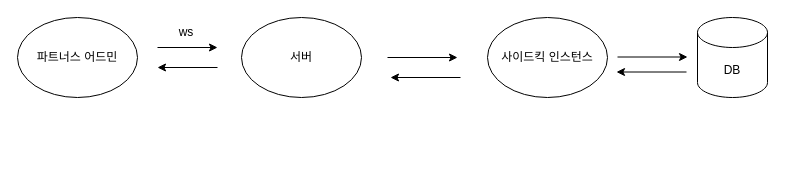
This is csv-download.drawio from kindtiger95/drawio, a draw.io file, before an edit. Source tidied: cells renumbered, new cells numbered last; positions are measured from the earlier drawing's top-left corner, leaving out a move shared by most shapes. Both pictures are drawn from the tidied source at 100%, with x=0, y=0 at pixel (17, 17).
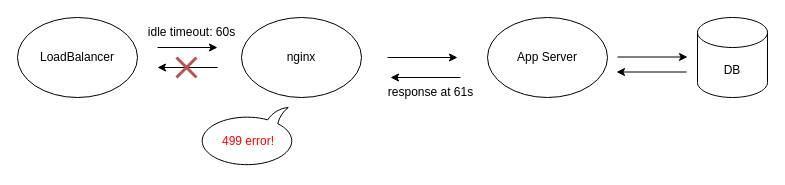
Above is the later version.

Change to the diagram source:
```diff
@@
+    <mxCell id="13" style="whiteSpace=wrap;html=1;shape=mxgraph.basic.oval_callout;flipH=1;flipV=1;" parent="1" vertex="1">
+      <mxGeometry x="179" y="90" width="100" height="60" as="geometry" />
+    </mxCell>
-    <mxCell id="2" value="파트너스 어드민" style="ellipse;whiteSpace=wrap;html=1;" parent="1" vertex="1">
+    <mxCell id="2" value="LoadBalancer" style="ellipse;whiteSpace=wrap;html=1;" parent="1" vertex="1">
       <mxGeometry width="120" height="80" as="geometry" />
     </mxCell>
@@
-    <mxCell id="4" value="서버" style="ellipse;whiteSpace=wrap;html=1;" parent="1" vertex="1">
+    <mxCell id="4" value="nginx" style="ellipse;whiteSpace=wrap;html=1;" parent="1" vertex="1">
       <mxGeometry x="224" width="120" height="80" as="geometry" />
     </mxCell>
@@
-    <mxCell id="7" value="사이드킥 인스턴스" style="ellipse;whiteSpace=wrap;html=1;" parent="1" vertex="1">
+    <mxCell id="7" value="App Server" style="ellipse;whiteSpace=wrap;html=1;" parent="1" vertex="1">
       <mxGeometry x="470" width="120" height="80" as="geometry" />
     </mxCell>
@@
-    <mxCell id="12" value="ws" style="text;html=1;align=center;verticalAlign=middle;whiteSpace=wrap;rounded=0;" parent="1" vertex="1">
-      <mxGeometry x="139" width="60" height="30" as="geometry" />
+    <mxCell id="12" value="idle timeout: 60s" style="text;html=1;align=center;verticalAlign=middle;whiteSpace=wrap;rounded=0;" parent="1" vertex="1">
+      <mxGeometry x="120" width="109" height="30" as="geometry" />
     </mxCell>
+    <mxCell id="14" style="endArrow=none;html=1;rounded=0;fillColor=#f8cecc;strokeColor=#b85450;strokeWidth=3;" parent="1" edge="1">
+      <mxGeometry relative="1" as="geometry">
+        <mxPoint x="159" y="60" as="sourcePoint" />
+        <mxPoint x="179" y="40" as="targetPoint" />
+      </mxGeometry>
+    </mxCell>
+    <mxCell id="15" style="endArrow=none;html=1;rounded=0;fillColor=#f8cecc;strokeColor=#b85450;strokeWidth=3;" parent="1" edge="1">
+      <mxGeometry relative="1" as="geometry">
+        <mxPoint x="179" y="60" as="sourcePoint" />
+        <mxPoint x="159" y="40" as="targetPoint" />
+      </mxGeometry>
+    </mxCell>
+    <mxCell id="16" value="response at 61s" style="text;html=1;align=center;verticalAlign=middle;whiteSpace=wrap;rounded=0;" parent="1" vertex="1">
+      <mxGeometry x="359" y="60" width="109" height="30" as="geometry" />
+    </mxCell>
+    <mxCell id="17" value="&lt;font color=&quot;#ff0000&quot;&gt;499 error!&lt;/font&gt;" style="text;html=1;align=center;verticalAlign=middle;whiteSpace=wrap;rounded=0;" parent="1" vertex="1">
+      <mxGeometry x="201" y="109" width="60" height="30" as="geometry" />
+    </mxCell>
```
